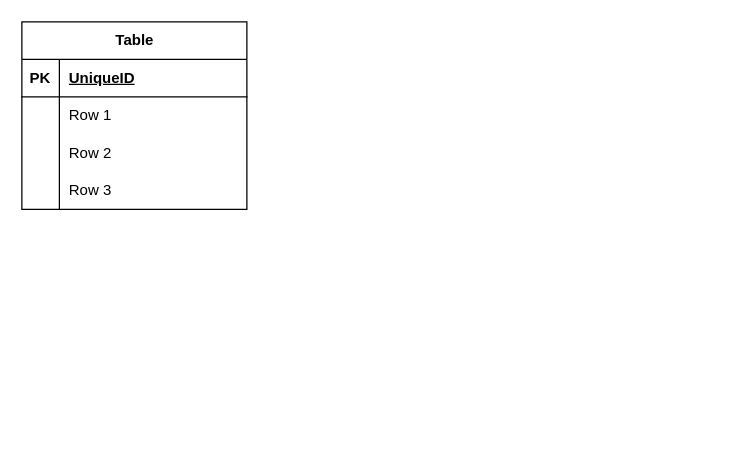
Earlier version of the draw.io diagram tuto5wia2001q1.drawio (justn0thinghere/drawio). Source tidied: cells renumbered, new cells numbered last; positions are measured from the earlier drawing's top-left corner, leaving out a move shared by most shapes. Both pictures are drawn from the tidied source at 125%, with x=0, y=0 at pixel (21, 21).
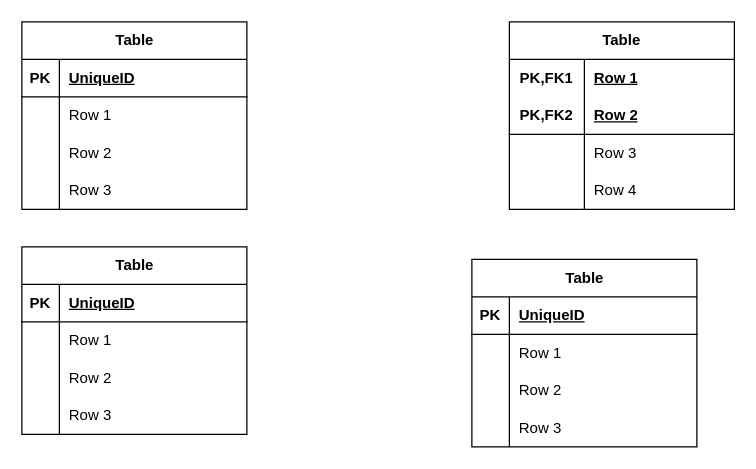
The same page after the edit.

What changed in the source:
```diff
@@
+    <mxCell id="15" value="Table" style="shape=table;startSize=30;childLayout=tableLayout;rowLines=0;fontStyle=1;align=center;html=1;whiteSpace=wrap;" parent="1" vertex="1">
+      <mxGeometry x="390" width="180" height="150" as="geometry" />
+    </mxCell>
+    <mxCell id="16" style="shape=tableRow;horizontal=0;startSize=0;swimlaneHead=0;swimlaneBody=0;fillColor=none;top=0;left=0;right=0;bottom=0;html=1;" parent="15" vertex="1">
+      <mxGeometry y="30" width="180" height="30" as="geometry" />
+    </mxCell>
+    <mxCell id="17" value="PK,FK1" style="shape=partialRectangle;fillColor=none;top=0;left=0;bottom=0;right=0;fontStyle=1;overflow=hidden;html=1;whiteSpace=wrap;" parent="16" vertex="1">
+      <mxGeometry width="60" height="30" as="geometry" />
+    </mxCell>
+    <mxCell id="18" value="Row 1" style="shape=partialRectangle;fillColor=none;top=0;left=0;bottom=0;right=0;align=left;spacingLeft=6;fontStyle=5;overflow=hidden;html=1;whiteSpace=wrap;" parent="16" vertex="1">
+      <mxGeometry x="60" width="120" height="30" as="geometry" />
+    </mxCell>
+    <mxCell id="19" style="shape=tableRow;horizontal=0;startSize=0;swimlaneHead=0;swimlaneBody=0;fillColor=none;top=0;left=0;right=0;bottom=1;html=1;" parent="15" vertex="1">
+      <mxGeometry y="60" width="180" height="30" as="geometry" />
+    </mxCell>
+    <mxCell id="20" value="PK,FK2" style="shape=partialRectangle;fillColor=none;top=0;left=0;bottom=0;right=0;fontStyle=1;overflow=hidden;html=1;whiteSpace=wrap;" parent="19" vertex="1">
+      <mxGeometry width="60" height="30" as="geometry" />
+    </mxCell>
+    <mxCell id="21" value="Row 2" style="shape=partialRectangle;fillColor=none;top=0;left=0;bottom=0;right=0;align=left;spacingLeft=6;fontStyle=5;overflow=hidden;html=1;whiteSpace=wrap;" parent="19" vertex="1">
+      <mxGeometry x="60" width="120" height="30" as="geometry" />
+    </mxCell>
+    <mxCell id="22" style="shape=tableRow;horizontal=0;startSize=0;swimlaneHead=0;swimlaneBody=0;fillColor=none;top=0;left=0;right=0;bottom=0;html=1;" parent="15" vertex="1">
+      <mxGeometry y="90" width="180" height="30" as="geometry" />
+    </mxCell>
+    <mxCell id="23" style="shape=partialRectangle;fillColor=none;top=0;left=0;bottom=0;right=0;overflow=hidden;html=1;whiteSpace=wrap;" parent="22" vertex="1">
+      <mxGeometry width="60" height="30" as="geometry" />
+    </mxCell>
+    <mxCell id="24" value="Row 3" style="shape=partialRectangle;fillColor=none;top=0;left=0;bottom=0;right=0;align=left;spacingLeft=6;overflow=hidden;html=1;whiteSpace=wrap;" parent="22" vertex="1">
+      <mxGeometry x="60" width="120" height="30" as="geometry" />
+    </mxCell>
+    <mxCell id="25" style="shape=tableRow;horizontal=0;startSize=0;swimlaneHead=0;swimlaneBody=0;fillColor=none;top=0;left=0;right=0;bottom=0;html=1;" parent="15" vertex="1">
+      <mxGeometry y="120" width="180" height="30" as="geometry" />
+    </mxCell>
+    <mxCell id="26" style="shape=partialRectangle;fillColor=none;top=0;left=0;bottom=0;right=0;overflow=hidden;html=1;whiteSpace=wrap;" parent="25" vertex="1">
+      <mxGeometry width="60" height="30" as="geometry" />
+    </mxCell>
+    <mxCell id="27" value="Row 4" style="shape=partialRectangle;fillColor=none;top=0;left=0;bottom=0;right=0;align=left;spacingLeft=6;overflow=hidden;html=1;whiteSpace=wrap;" parent="25" vertex="1">
+      <mxGeometry x="60" width="120" height="30" as="geometry" />
+    </mxCell>
+    <mxCell id="28" value="Table" style="shape=table;startSize=30;childLayout=tableLayout;rowLines=0;fontStyle=1;align=center;html=1;" parent="1" vertex="1">
+      <mxGeometry y="180" width="180" height="150" as="geometry" />
+    </mxCell>
+    <mxCell id="29" style="shape=tableRow;horizontal=0;startSize=0;swimlaneHead=0;swimlaneBody=0;fillColor=none;top=0;left=0;right=0;bottom=1;" parent="28" vertex="1">
+      <mxGeometry y="30" width="180" height="30" as="geometry" />
+    </mxCell>
+    <mxCell id="30" value="PK" style="shape=partialRectangle;fillColor=none;top=0;left=0;bottom=0;right=0;fontStyle=1;overflow=hidden;whiteSpace=wrap;html=1;" parent="29" vertex="1">
+      <mxGeometry width="30" height="30" as="geometry" />
+    </mxCell>
+    <mxCell id="31" value="UniqueID" style="shape=partialRectangle;fillColor=none;top=0;left=0;bottom=0;right=0;align=left;spacingLeft=6;fontStyle=5;overflow=hidden;whiteSpace=wrap;html=1;" parent="29" vertex="1">
+      <mxGeometry x="30" width="150" height="30" as="geometry" />
+    </mxCell>
+    <mxCell id="32" style="shape=tableRow;horizontal=0;startSize=0;swimlaneHead=0;swimlaneBody=0;fillColor=none;top=0;left=0;right=0;bottom=0;" parent="28" vertex="1">
+      <mxGeometry y="60" width="180" height="30" as="geometry" />
+    </mxCell>
+    <mxCell id="33" style="shape=partialRectangle;fillColor=none;top=0;left=0;bottom=0;right=0;overflow=hidden;whiteSpace=wrap;html=1;" parent="32" vertex="1">
+      <mxGeometry width="30" height="30" as="geometry" />
+    </mxCell>
+    <mxCell id="34" value="Row 1" style="shape=partialRectangle;fillColor=none;top=0;left=0;bottom=0;right=0;align=left;spacingLeft=6;overflow=hidden;whiteSpace=wrap;html=1;" parent="32" vertex="1">
+      <mxGeometry x="30" width="150" height="30" as="geometry" />
+    </mxCell>
+    <mxCell id="35" style="shape=tableRow;horizontal=0;startSize=0;swimlaneHead=0;swimlaneBody=0;fillColor=none;top=0;left=0;right=0;bottom=0;" parent="28" vertex="1">
+      <mxGeometry y="90" width="180" height="30" as="geometry" />
+    </mxCell>
+    <mxCell id="36" style="shape=partialRectangle;fillColor=none;top=0;left=0;bottom=0;right=0;overflow=hidden;whiteSpace=wrap;html=1;" parent="35" vertex="1">
+      <mxGeometry width="30" height="30" as="geometry" />
+    </mxCell>
+    <mxCell id="37" value="Row 2" style="shape=partialRectangle;fillColor=none;top=0;left=0;bottom=0;right=0;align=left;spacingLeft=6;overflow=hidden;whiteSpace=wrap;html=1;" parent="35" vertex="1">
+      <mxGeometry x="30" width="150" height="30" as="geometry" />
+    </mxCell>
+    <mxCell id="38" style="shape=tableRow;horizontal=0;startSize=0;swimlaneHead=0;swimlaneBody=0;fillColor=none;top=0;left=0;right=0;bottom=0;" parent="28" vertex="1">
+      <mxGeometry y="120" width="180" height="30" as="geometry" />
+    </mxCell>
+    <mxCell id="39" style="shape=partialRectangle;fillColor=none;top=0;left=0;bottom=0;right=0;overflow=hidden;whiteSpace=wrap;html=1;" parent="38" vertex="1">
+      <mxGeometry width="30" height="30" as="geometry" />
+    </mxCell>
+    <mxCell id="40" value="Row 3" style="shape=partialRectangle;fillColor=none;top=0;left=0;bottom=0;right=0;align=left;spacingLeft=6;overflow=hidden;whiteSpace=wrap;html=1;" parent="38" vertex="1">
+      <mxGeometry x="30" width="150" height="30" as="geometry" />
+    </mxCell>
+    <mxCell id="41" value="Table" style="shape=table;startSize=30;childLayout=tableLayout;rowLines=0;fontStyle=1;align=center;html=1;" parent="1" vertex="1">
+      <mxGeometry x="360" y="190" width="180" height="150" as="geometry" />
+    </mxCell>
+    <mxCell id="42" style="shape=tableRow;horizontal=0;startSize=0;swimlaneHead=0;swimlaneBody=0;fillColor=none;top=0;left=0;right=0;bottom=1;" parent="41" vertex="1">
+      <mxGeometry y="30" width="180" height="30" as="geometry" />
+    </mxCell>
+    <mxCell id="43" value="PK" style="shape=partialRectangle;fillColor=none;top=0;left=0;bottom=0;right=0;fontStyle=1;overflow=hidden;whiteSpace=wrap;html=1;" parent="42" vertex="1">
+      <mxGeometry width="30" height="30" as="geometry" />
+    </mxCell>
+    <mxCell id="44" value="UniqueID" style="shape=partialRectangle;fillColor=none;top=0;left=0;bottom=0;right=0;align=left;spacingLeft=6;fontStyle=5;overflow=hidden;whiteSpace=wrap;html=1;" parent="42" vertex="1">
+      <mxGeometry x="30" width="150" height="30" as="geometry" />
+    </mxCell>
+    <mxCell id="45" style="shape=tableRow;horizontal=0;startSize=0;swimlaneHead=0;swimlaneBody=0;fillColor=none;top=0;left=0;right=0;bottom=0;" parent="41" vertex="1">
+      <mxGeometry y="60" width="180" height="30" as="geometry" />
+    </mxCell>
+    <mxCell id="46" style="shape=partialRectangle;fillColor=none;top=0;left=0;bottom=0;right=0;overflow=hidden;whiteSpace=wrap;html=1;" parent="45" vertex="1">
+      <mxGeometry width="30" height="30" as="geometry" />
+    </mxCell>
+    <mxCell id="47" value="Row 1" style="shape=partialRectangle;fillColor=none;top=0;left=0;bottom=0;right=0;align=left;spacingLeft=6;overflow=hidden;whiteSpace=wrap;html=1;" parent="45" vertex="1">
+      <mxGeometry x="30" width="150" height="30" as="geometry" />
+    </mxCell>
+    <mxCell id="48" style="shape=tableRow;horizontal=0;startSize=0;swimlaneHead=0;swimlaneBody=0;fillColor=none;top=0;left=0;right=0;bottom=0;" parent="41" vertex="1">
+      <mxGeometry y="90" width="180" height="30" as="geometry" />
+    </mxCell>
+    <mxCell id="49" style="shape=partialRectangle;fillColor=none;top=0;left=0;bottom=0;right=0;overflow=hidden;whiteSpace=wrap;html=1;" parent="48" vertex="1">
+      <mxGeometry width="30" height="30" as="geometry" />
+    </mxCell>
+    <mxCell id="50" value="Row 2" style="shape=partialRectangle;fillColor=none;top=0;left=0;bottom=0;right=0;align=left;spacingLeft=6;overflow=hidden;whiteSpace=wrap;html=1;" parent="48" vertex="1">
+      <mxGeometry x="30" width="150" height="30" as="geometry" />
+    </mxCell>
+    <mxCell id="51" style="shape=tableRow;horizontal=0;startSize=0;swimlaneHead=0;swimlaneBody=0;fillColor=none;top=0;left=0;right=0;bottom=0;" parent="41" vertex="1">
+      <mxGeometry y="120" width="180" height="30" as="geometry" />
+    </mxCell>
+    <mxCell id="52" style="shape=partialRectangle;fillColor=none;top=0;left=0;bottom=0;right=0;overflow=hidden;whiteSpace=wrap;html=1;" parent="51" vertex="1">
+      <mxGeometry width="30" height="30" as="geometry" />
+    </mxCell>
+    <mxCell id="53" value="Row 3" style="shape=partialRectangle;fillColor=none;top=0;left=0;bottom=0;right=0;align=left;spacingLeft=6;overflow=hidden;whiteSpace=wrap;html=1;" parent="51" vertex="1">
+      <mxGeometry x="30" width="150" height="30" as="geometry" />
+    </mxCell>
```
